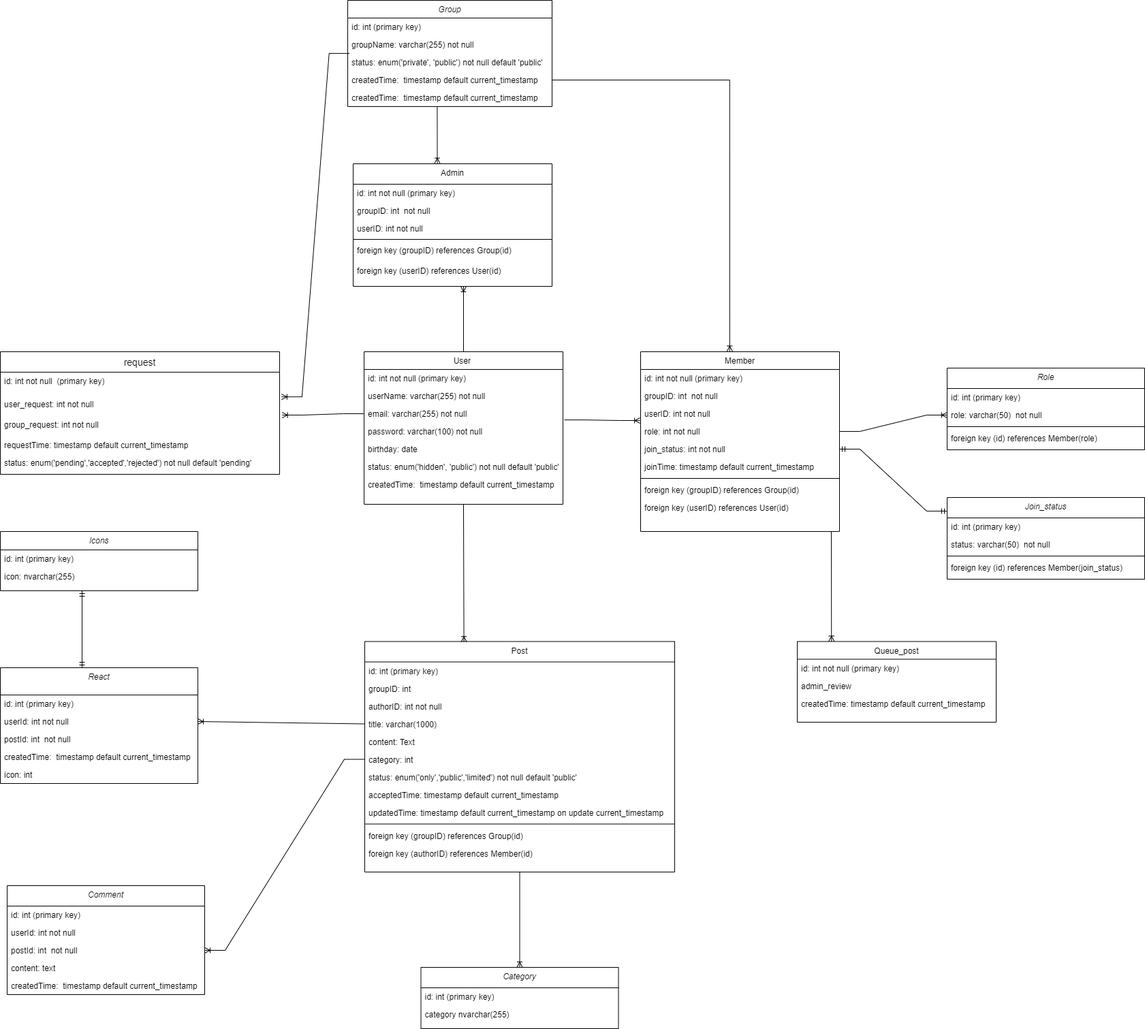
Earlier version of the draw.io export Manage_Group/Table.png (huongmai21/Learn_BE). Source tidied: cells renumbered, new cells last; positions are measured from the earlier drawing's top-left corner, leaving out a move shared by most shapes.
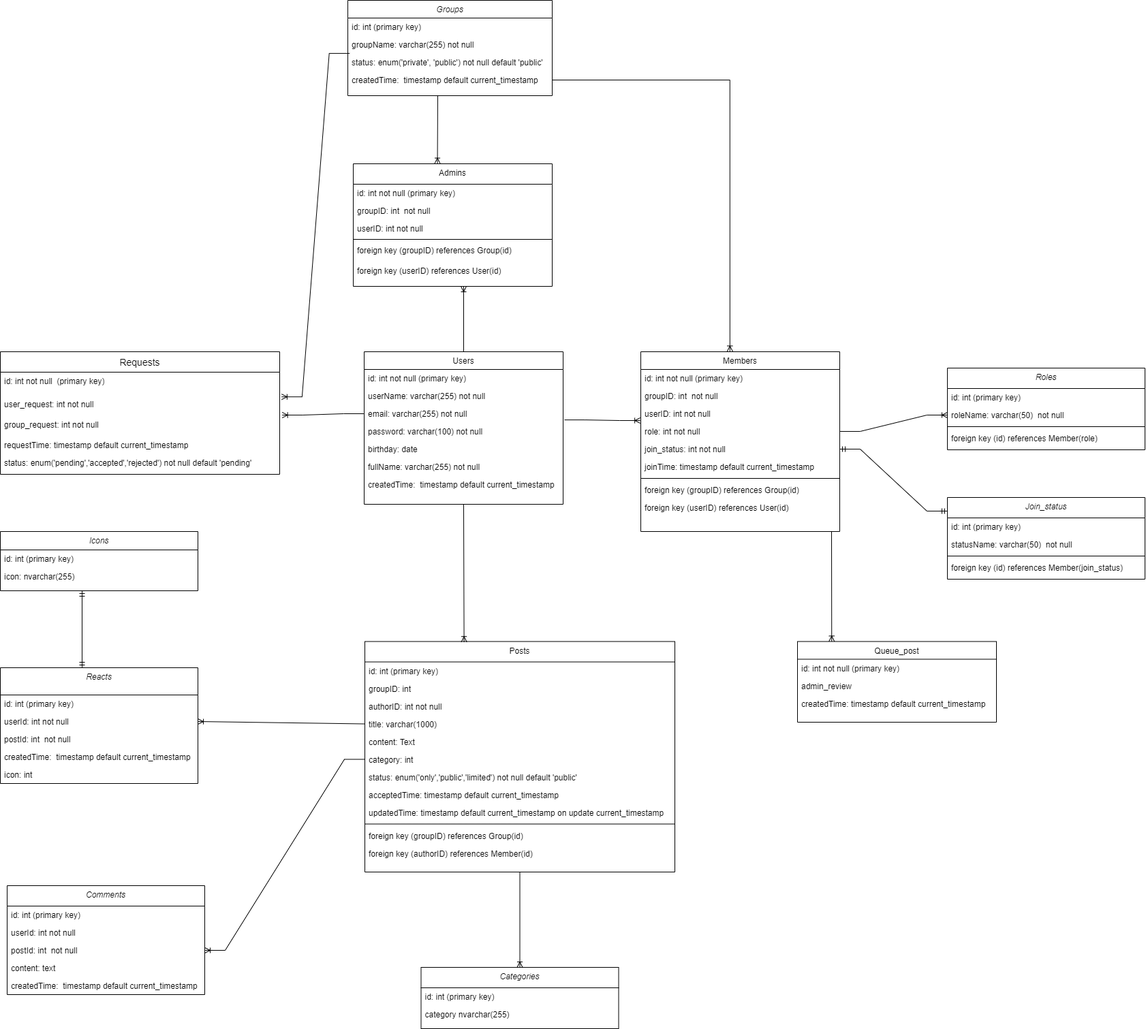
Later version of the same file.

Commit message:
Cập nhật Table.png

Diff of the diagram source:
```diff
@@ -2,8 +2,8 @@
   <root>
     <mxCell id="0" />
     <mxCell id="1" parent="0" />
-    <mxCell id="2" value="Group" style="swimlane;fontStyle=2;align=center;verticalAlign=top;horizontal=1;startSize=26;rounded=0;shadow=0;strokeWidth=1;" parent="1" vertex="1">
-      <mxGeometry x="510" width="300" height="156" as="geometry" />
+    <mxCell id="2" value="Groups" style="swimlane;fontStyle=2;align=center;verticalAlign=top;horizontal=1;startSize=26;rounded=0;shadow=0;strokeWidth=1;" parent="1" vertex="1">
+      <mxGeometry x="510" width="300" height="140" as="geometry" />
     </mxCell>
     <mxCell id="3" value="id: int (primary key)" style="text;align=left;verticalAlign=top;spacingLeft=4;spacingRight=4;overflow=hidden;" parent="2" vertex="1">
       <mxGeometry y="26" width="300" height="26" as="geometry" />
@@ -17,10 +17,7 @@
     <mxCell id="6" value="createdTime:  timestamp default current_timestamp" style="text;align=left;verticalAlign=top;spacingLeft=4;spacingRight=4;overflow=hidden;points=[[0,0.5],[1,0.5]];portConstraint=eastwest;rounded=0;shadow=0;html=0;" parent="2" vertex="1">
       <mxGeometry y="104" width="300" height="26" as="geometry" />
     </mxCell>
-    <mxCell id="7" value="createdTime:  timestamp default current_timestamp" style="text;align=left;verticalAlign=top;spacingLeft=4;spacingRight=4;overflow=hidden;rounded=0;shadow=0;html=0;" parent="2" vertex="1">
-      <mxGeometry y="130" width="300" height="26" as="geometry" />
-    </mxCell>
-    <mxCell id="8" value="Member" style="swimlane;fontStyle=0;align=center;verticalAlign=top;horizontal=1;startSize=26;rounded=0;shadow=0;strokeWidth=1;" parent="1" vertex="1">
+    <mxCell id="8" value="Members" style="swimlane;fontStyle=0;align=center;verticalAlign=top;horizontal=1;startSize=26;rounded=0;shadow=0;strokeWidth=1;" parent="1" vertex="1">
       <mxGeometry x="940" y="516" width="292" height="264" as="geometry" />
     </mxCell>
     <mxCell id="9" value="id: int not null (primary key)" style="text;align=left;verticalAlign=top;spacingLeft=4;spacingRight=4;overflow=hidden;" parent="8" vertex="1">
@@ -50,7 +47,7 @@
     <mxCell id="17" value="foreign key (userID) references User(id)" style="text;align=left;verticalAlign=top;spacingLeft=4;spacingRight=4;overflow=hidden;" parent="8" vertex="1">
       <mxGeometry y="216" width="292" height="26" as="geometry" />
     </mxCell>
-    <mxCell id="18" value="User " style="swimlane;fontStyle=0;align=center;verticalAlign=top;horizontal=1;startSize=26;rounded=0;shadow=0;strokeWidth=1;" parent="1" vertex="1">
+    <mxCell id="18" value="Users" style="swimlane;fontStyle=0;align=center;verticalAlign=top;horizontal=1;startSize=26;rounded=0;shadow=0;strokeWidth=1;" parent="1" vertex="1">
       <mxGeometry x="534" y="516" width="292" height="224" as="geometry" />
     </mxCell>
     <mxCell id="19" value="id: int not null (primary key)" style="text;align=left;verticalAlign=top;spacingLeft=4;spacingRight=4;overflow=hidden;" parent="18" vertex="1">
@@ -68,13 +65,13 @@
     <mxCell id="23" value="birthday: date" style="text;align=left;verticalAlign=top;spacingLeft=4;spacingRight=4;overflow=hidden;rounded=0;shadow=0;html=0;" parent="18" vertex="1">
       <mxGeometry y="130" width="292" height="26" as="geometry" />
     </mxCell>
-    <mxCell id="24" value="status: enum('hidden', 'public') not null default 'public'" style="text;align=left;verticalAlign=top;spacingLeft=4;spacingRight=4;overflow=hidden;rounded=0;shadow=0;html=0;" parent="18" vertex="1">
+    <mxCell id="24" value="fullName: varchar(255) not null" style="text;align=left;verticalAlign=top;spacingLeft=4;spacingRight=4;overflow=hidden;rounded=0;shadow=0;html=0;" parent="18" vertex="1">
       <mxGeometry y="156" width="292" height="26" as="geometry" />
     </mxCell>
     <mxCell id="25" value="createdTime:  timestamp default current_timestamp" style="text;align=left;verticalAlign=top;spacingLeft=4;spacingRight=4;overflow=hidden;rounded=0;shadow=0;html=0;" parent="18" vertex="1">
       <mxGeometry y="182" width="292" height="26" as="geometry" />
     </mxCell>
-    <mxCell id="26" value="Post" style="swimlane;fontStyle=0;align=center;verticalAlign=top;horizontal=1;startSize=30;rounded=0;shadow=0;strokeWidth=1;" parent="1" vertex="1">
+    <mxCell id="26" value="Posts" style="swimlane;fontStyle=0;align=center;verticalAlign=top;horizontal=1;startSize=30;rounded=0;shadow=0;strokeWidth=1;" parent="1" vertex="1">
       <mxGeometry x="535" y="941.5" width="455" height="338.5" as="geometry" />
     </mxCell>
     <mxCell id="27" value="id: int (primary key)" style="text;align=left;verticalAlign=top;spacingLeft=4;spacingRight=4;overflow=hidden;" parent="26" vertex="1">
@@ -113,7 +110,7 @@
     <mxCell id="38" value="foreign key (authorID) references Member(id)" style="text;align=left;verticalAlign=top;spacingLeft=4;spacingRight=4;overflow=hidden;" parent="26" vertex="1">
       <mxGeometry y="298" width="455" height="26" as="geometry" />
     </mxCell>
-    <mxCell id="39" value="React" style="swimlane;fontStyle=2;align=center;verticalAlign=top;horizontal=1;startSize=40;rounded=0;shadow=0;strokeWidth=1;" parent="1" vertex="1">
+    <mxCell id="39" value="Reacts" style="swimlane;fontStyle=2;align=center;verticalAlign=top;horizontal=1;startSize=40;rounded=0;shadow=0;strokeWidth=1;" parent="1" vertex="1">
       <mxGeometry y="980" width="290" height="170" as="geometry" />
     </mxCell>
     <mxCell id="40" value="id: int (primary key)" style="text;align=left;verticalAlign=top;spacingLeft=4;spacingRight=4;overflow=hidden;" parent="39" vertex="1">
@@ -131,7 +128,7 @@
     <mxCell id="44" value="icon: int" style="text;align=left;verticalAlign=top;spacingLeft=4;spacingRight=4;overflow=hidden;rounded=0;shadow=0;html=0;" parent="39" vertex="1">
       <mxGeometry y="144" width="290" height="26" as="geometry" />
     </mxCell>
-    <mxCell id="45" value="Comment" style="swimlane;fontStyle=2;align=center;verticalAlign=top;horizontal=1;startSize=30;rounded=0;shadow=0;strokeWidth=1;" parent="1" vertex="1">
+    <mxCell id="45" value="Comments" style="swimlane;fontStyle=2;align=center;verticalAlign=top;horizontal=1;startSize=30;rounded=0;shadow=0;strokeWidth=1;" parent="1" vertex="1">
       <mxGeometry x="10" y="1300" width="290" height="160" as="geometry" />
     </mxCell>
     <mxCell id="46" value="id: int (primary key)" style="text;align=left;verticalAlign=top;spacingLeft=4;spacingRight=4;overflow=hidden;" parent="45" vertex="1">
@@ -149,7 +146,7 @@
     <mxCell id="50" value="createdTime:  timestamp default current_timestamp" style="text;align=left;verticalAlign=top;spacingLeft=4;spacingRight=4;overflow=hidden;rounded=0;shadow=0;html=0;" parent="45" vertex="1">
       <mxGeometry y="134" width="290" height="26" as="geometry" />
     </mxCell>
-    <mxCell id="51" value="request" style="swimlane;fontStyle=0;horizontal=1;startSize=30;align=center;fontSize=14;" parent="1" vertex="1">
+    <mxCell id="51" value="Requests" style="swimlane;fontStyle=0;horizontal=1;startSize=30;align=center;fontSize=14;" parent="1" vertex="1">
       <mxGeometry y="516" width="410" height="180" as="geometry" />
     </mxCell>
     <mxCell id="52" value="id: int not null&amp;nbsp; (primary key)" style="text;strokeColor=none;fillColor=none;spacingLeft=4;spacingRight=4;overflow=hidden;fontSize=12;whiteSpace=wrap;html=1;" parent="51" vertex="1">
@@ -186,13 +183,13 @@
         </Array>
       </mxGeometry>
     </mxCell>
-    <mxCell id="62" value="Role" style="swimlane;fontStyle=2;align=center;verticalAlign=top;horizontal=1;startSize=30;rounded=0;shadow=0;strokeWidth=1;" parent="1" vertex="1">
+    <mxCell id="62" value="Roles" style="swimlane;fontStyle=2;align=center;verticalAlign=top;horizontal=1;startSize=30;rounded=0;shadow=0;strokeWidth=1;" parent="1" vertex="1">
       <mxGeometry x="1390" y="540" width="290" height="120" as="geometry" />
     </mxCell>
     <mxCell id="63" value="id: int (primary key)" style="text;align=left;verticalAlign=top;spacingLeft=4;spacingRight=4;overflow=hidden;" parent="62" vertex="1">
       <mxGeometry y="30" width="290" height="26" as="geometry" />
     </mxCell>
-    <mxCell id="64" value="role: varchar(50)  not null" style="text;align=left;verticalAlign=top;spacingLeft=4;spacingRight=4;overflow=hidden;points=[[0,0.5],[1,0.5]];portConstraint=eastwest;rounded=0;shadow=0;html=0;" parent="62" vertex="1">
+    <mxCell id="64" value="roleName: varchar(50)  not null" style="text;align=left;verticalAlign=top;spacingLeft=4;spacingRight=4;overflow=hidden;points=[[0,0.5],[1,0.5]];portConstraint=eastwest;rounded=0;shadow=0;html=0;" parent="62" vertex="1">
       <mxGeometry y="56" width="290" height="26" as="geometry" />
     </mxCell>
     <mxCell id="65" style="line;html=1;strokeWidth=1;align=left;verticalAlign=middle;spacingTop=-1;spacingLeft=3;spacingRight=3;labelPosition=right;" parent="62" vertex="1">
@@ -207,7 +204,7 @@
     <mxCell id="68" value="id: int (primary key)" style="text;align=left;verticalAlign=top;spacingLeft=4;spacingRight=4;overflow=hidden;" parent="67" vertex="1">
       <mxGeometry y="30" width="290" height="26" as="geometry" />
     </mxCell>
-    <mxCell id="69" value="status: varchar(50)  not null" style="text;align=left;verticalAlign=top;spacingLeft=4;spacingRight=4;overflow=hidden;rounded=0;shadow=0;html=0;" parent="67" vertex="1">
+    <mxCell id="69" value="statusName: varchar(50)  not null" style="text;align=left;verticalAlign=top;spacingLeft=4;spacingRight=4;overflow=hidden;rounded=0;shadow=0;html=0;" parent="67" vertex="1">
       <mxGeometry y="56" width="290" height="26" as="geometry" />
     </mxCell>
     <mxCell id="70" style="line;html=1;strokeWidth=1;align=left;verticalAlign=middle;spacingTop=-1;spacingLeft=3;spacingRight=3;labelPosition=right;" parent="67" vertex="1">
@@ -222,7 +219,7 @@
     <mxCell id="73" style="edgeStyle=entityRelationEdgeStyle;fontSize=12;html=1;endArrow=ERmandOne;startArrow=ERmandOne;rounded=0;exitX=1;exitY=0.5;exitDx=0;exitDy=0;entryX=0;entryY=0.167;entryDx=0;entryDy=0;entryPerimeter=0;" parent="1" edge="1" source="13" target="67">
       <mxGeometry relative="1" as="geometry" />
     </mxCell>
-    <mxCell id="74" value="Category" style="swimlane;fontStyle=2;align=center;verticalAlign=top;horizontal=1;startSize=30;rounded=0;shadow=0;strokeWidth=1;" parent="1" vertex="1">
+    <mxCell id="74" value="Categories" style="swimlane;fontStyle=2;align=center;verticalAlign=top;horizontal=1;startSize=30;rounded=0;shadow=0;strokeWidth=1;" parent="1" vertex="1">
       <mxGeometry x="617.5" y="1420" width="290" height="90" as="geometry" />
     </mxCell>
     <mxCell id="75" value="id: int (primary key)" style="text;align=left;verticalAlign=top;spacingLeft=4;spacingRight=4;overflow=hidden;" parent="74" vertex="1">
@@ -272,7 +269,7 @@
         <mxPoint x="1220" y="780" as="sourcePoint" />
       </mxGeometry>
     </mxCell>
-    <mxCell id="89" value="Admin" style="swimlane;fontStyle=0;align=center;verticalAlign=top;horizontal=1;startSize=30;rounded=0;shadow=0;strokeWidth=1;" parent="1" vertex="1">
+    <mxCell id="89" value="Admins" style="swimlane;fontStyle=0;align=center;verticalAlign=top;horizontal=1;startSize=30;rounded=0;shadow=0;strokeWidth=1;" parent="1" vertex="1">
       <mxGeometry x="518" y="240" width="292" height="180" as="geometry" />
     </mxCell>
     <mxCell id="90" value="id: int not null (primary key)" style="text;align=left;verticalAlign=top;spacingLeft=4;spacingRight=4;overflow=hidden;" parent="89" vertex="1">
@@ -293,9 +290,9 @@
     <mxCell id="95" value="foreign key (userID) references User(id)" style="text;align=left;verticalAlign=top;spacingLeft=4;spacingRight=4;overflow=hidden;" parent="89" vertex="1">
       <mxGeometry y="144" width="292" height="26" as="geometry" />
     </mxCell>
-    <mxCell id="96" style="fontSize=12;html=1;endArrow=ERoneToMany;rounded=0;exitX=0.438;exitY=1.154;exitDx=0;exitDy=0;exitPerimeter=0;entryX=0.423;entryY=0.02;entryDx=0;entryDy=0;entryPerimeter=0;" parent="1" edge="1">
+    <mxCell id="96" style="fontSize=12;html=1;endArrow=ERoneToMany;rounded=0;entryX=0.423;entryY=0.02;entryDx=0;entryDy=0;entryPerimeter=0;" parent="1" edge="1">
       <mxGeometry relative="1" as="geometry">
-        <mxPoint x="641.4" y="156" as="sourcePoint" />
+        <mxPoint x="642" y="140" as="sourcePoint" />
         <mxPoint x="641.5" y="239.6" as="targetPoint" />
       </mxGeometry>
     </mxCell>
```
